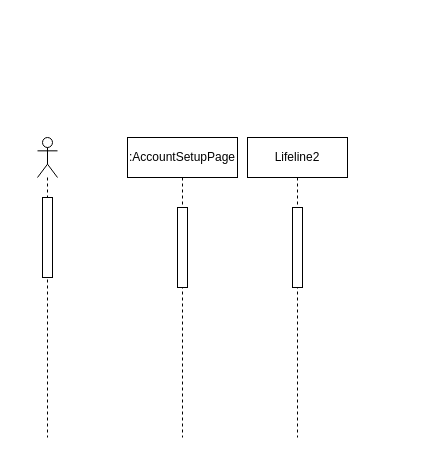
Before: SENG 321/SQD4-2.drawio in amirabdullahi1/gold, a draw.io diagram. Source tidied: cells renumbered, new cells numbered last; positions are measured from the earlier drawing's top-left corner, leaving out a move shared by most shapes. Both pictures are drawn from the tidied source at 100%, with x=0, y=0 at pixel (37, 137).
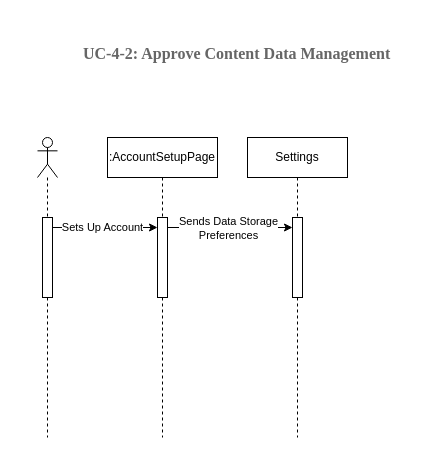
After the change.

Diff of the diagram source:
```diff
@@
 <mxGraphModel>
   <root>
     <mxCell id="0" />
     <mxCell id="1" parent="0" />
     <mxCell id="2" value=":AccountSetupPage" style="shape=umlLifeline;perimeter=lifelinePerimeter;whiteSpace=wrap;html=1;newEdgeStyle={&quot;edgeStyle&quot;:&quot;elbowEdgeStyle&quot;,&quot;elbow&quot;:&quot;vertical&quot;,&quot;curved&quot;:0,&quot;rounded&quot;:0};" parent="1" vertex="1">
-      <mxGeometry x="90" width="110" height="300" as="geometry" />
+      <mxGeometry x="70" width="110" height="300" as="geometry" />
     </mxCell>
     <mxCell id="3" style="html=1;points=[[0,0,0,0,5],[0,1,0,0,-5],[1,0,0,0,5],[1,1,0,0,-5]];perimeter=orthogonalPerimeter;outlineConnect=0;targetShapes=umlLifeline;portConstraint=eastwest;newEdgeStyle={&quot;curved&quot;:0,&quot;rounded&quot;:0};" parent="2" vertex="1">
-      <mxGeometry x="50" y="70" width="10" height="80" as="geometry" />
+      <mxGeometry x="50" y="80" width="10" height="80" as="geometry" />
     </mxCell>
-    <mxCell id="4" value="Lifeline2" style="shape=umlLifeline;perimeter=lifelinePerimeter;whiteSpace=wrap;html=1;newEdgeStyle={&quot;edgeStyle&quot;:&quot;elbowEdgeStyle&quot;,&quot;elbow&quot;:&quot;vertical&quot;,&quot;curved&quot;:0,&quot;rounded&quot;:0};" parent="1" vertex="1">
+    <mxCell id="4" value="Settings" style="shape=umlLifeline;perimeter=lifelinePerimeter;whiteSpace=wrap;html=1;newEdgeStyle={&quot;edgeStyle&quot;:&quot;elbowEdgeStyle&quot;,&quot;elbow&quot;:&quot;vertical&quot;,&quot;curved&quot;:0,&quot;rounded&quot;:0};" parent="1" vertex="1">
       <mxGeometry x="210" width="100" height="300" as="geometry" />
     </mxCell>
     <mxCell id="5" style="html=1;points=[[0,0,0,0,5],[0,1,0,0,-5],[1,0,0,0,5],[1,1,0,0,-5]];perimeter=orthogonalPerimeter;outlineConnect=0;targetShapes=umlLifeline;portConstraint=eastwest;newEdgeStyle={&quot;curved&quot;:0,&quot;rounded&quot;:0};" parent="4" vertex="1">
-      <mxGeometry x="45" y="70" width="10" height="80" as="geometry" />
+      <mxGeometry x="45" y="80" width="10" height="80" as="geometry" />
     </mxCell>
     <mxCell id="6" style="shape=umlLifeline;perimeter=lifelinePerimeter;whiteSpace=wrap;html=1;newEdgeStyle={&quot;curved&quot;:0,&quot;rounded&quot;:0};participant=umlActor;" parent="1" vertex="1">
       <mxGeometry width="20" height="300" as="geometry" />
     </mxCell>
     <mxCell id="7" style="html=1;points=[[0,0,0,0,5],[0,1,0,0,-5],[1,0,0,0,5],[1,1,0,0,-5]];perimeter=orthogonalPerimeter;outlineConnect=0;targetShapes=umlLifeline;portConstraint=eastwest;newEdgeStyle={&quot;curved&quot;:0,&quot;rounded&quot;:0};" parent="6" vertex="1">
-      <mxGeometry x="5" y="60" width="10" height="80" as="geometry" />
+      <mxGeometry x="5" y="80" width="10" height="80" as="geometry" />
     </mxCell>
+    <mxCell id="8" value="&lt;b style=&quot;font-weight:normal;&quot; id=&quot;docs-internal-guid-0b284c03-7fff-8bf4-ce98-43a4f99549da&quot;&gt;&lt;h4 dir=&quot;ltr&quot; style=&quot;line-height:1.38;margin-left: 36pt;margin-top:14pt;margin-bottom:4pt;&quot;&gt;&lt;span style=&quot;font-size:12pt;font-family:'Times New Roman',serif;color:#666666;background-color:transparent;font-weight:400;font-style:normal;font-variant:normal;text-decoration:none;vertical-align:baseline;white-space:pre;white-space:pre-wrap;&quot;&gt;&lt;span style=&quot;white-space: pre;&quot;&gt;&amp;nbsp;&amp;nbsp;&amp;nbsp;&amp;nbsp;&lt;/span&gt;&lt;/span&gt;&lt;span style=&quot;font-size:12pt;font-family:'Times New Roman',serif;color:#666666;background-color:transparent;font-weight:700;font-style:normal;font-variant:normal;text-decoration:none;vertical-align:baseline;white-space:pre;white-space:pre-wrap;&quot;&gt;UC-4-2: Approve Content Data Management&amp;nbsp;&lt;/span&gt;&lt;/h4&gt;&lt;/b&gt;" style="text;whiteSpace=wrap;html=1;" parent="1" vertex="1">
+      <mxGeometry x="-20" y="-120" width="410" height="70" as="geometry" />
+    </mxCell>
+    <mxCell id="9" style="edgeStyle=orthogonalEdgeStyle;rounded=0;jettySize=auto;html=1;curved=0;" parent="1" edge="1" source="7" target="3">
+      <mxGeometry relative="1" as="geometry">
+        <Array as="points">
+          <mxPoint x="70" y="90" />
+          <mxPoint x="70" y="90" />
+        </Array>
+      </mxGeometry>
+    </mxCell>
+    <mxCell id="10" value="Sets Up Account" style="edgeLabel;html=1;align=center;verticalAlign=middle;" parent="9" vertex="1">
+      <mxGeometry x="-0.03" y="1" relative="1" as="geometry">
+        <mxPoint x="-2" as="offset" />
+      </mxGeometry>
+    </mxCell>
+    <mxCell id="11" style="edgeStyle=orthogonalEdgeStyle;rounded=0;jettySize=auto;html=1;curved=0;exitX=1;exitY=0;exitDx=0;exitDy=5;exitPerimeter=0;" parent="1" edge="1" source="3" target="5">
+      <mxGeometry relative="1" as="geometry">
+        <Array as="points">
+          <mxPoint x="130" y="90" />
+        </Array>
+      </mxGeometry>
+    </mxCell>
+    <mxCell id="12" value="Sends Data Storage&lt;div&gt;Preferences&lt;/div&gt;" style="edgeLabel;html=1;align=center;verticalAlign=middle;" parent="11" vertex="1">
+      <mxGeometry x="-0.2" relative="1" as="geometry">
+        <mxPoint x="13" as="offset" />
+      </mxGeometry>
+    </mxCell>
   </root>
 </mxGraphModel>
```
